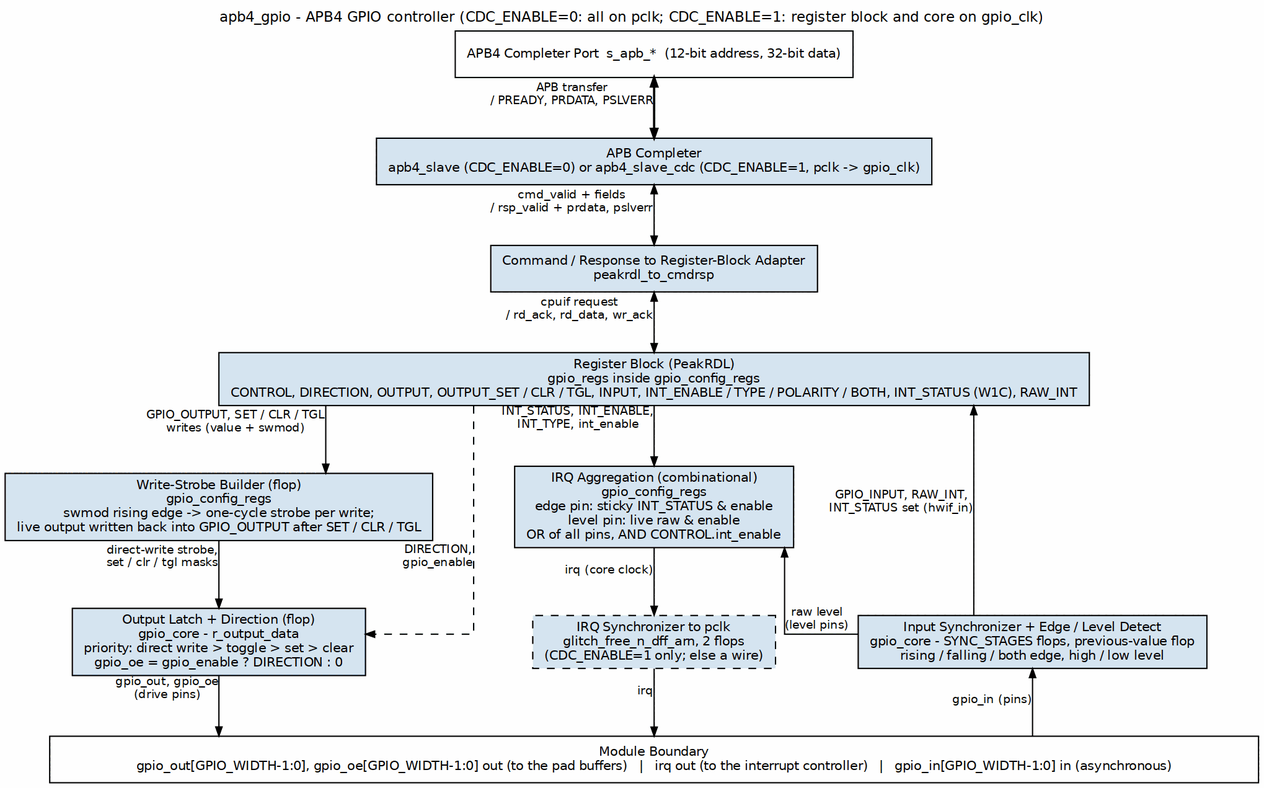
This is projects/components/legacy-ip/retro_legacy_blocks/docs/gpio_mas/assets/graphviz/gpio_whole_unit.png from sean-galloway/RTLDesignSherpa, a Graphviz export, as it was before one commit. Its source is kept beside it as projects/components/legacy-ip/retro_legacy_blocks/docs/gpio_mas/assets/graphviz/gpio_whole_unit.dot. Its diagram source:
```dot
digraph gpio_whole_unit {
    graph [rankdir=TB, bgcolor="white", fontname="Helvetica", fontsize=11,
           nodesep="0.45", ranksep="0.65", splines=ortho, newrank=true,
           label="apb4_gpio - APB4 GPIO controller (CDC_ENABLE=0: all on pclk; CDC_ENABLE=1: register block and core on gpio_clk)",
           labelloc=t, labeljust=c];
    node  [fontname="Helvetica", fontsize=10, shape=box, style=filled,
           fillcolor="#D6E4F0", color="black", margin="0.12,0.06"];
    edge  [fontname="Helvetica", fontsize=9, color="black", arrowsize=0.7];

    apb [group=C, label="APB4 Completer Port  s_apb_*  (12-bit address, 32-bit data)", fillcolor="white"];

    slv [group=C, label="APB Completer\napb4_slave (CDC_ENABLE=0) or apb4_slave_cdc (CDC_ENABLE=1, pclk -> gpio_clk)"];
    adp [group=C, label="Command / Response to Register-Block Adapter\npeakrdl_to_cmdrsp"];
    regs [group=C, label="Register Block (PeakRDL)\ngpio_regs inside gpio_config_regs\nCONTROL, DIRECTION, OUTPUT, OUTPUT_SET / CLR / TGL, INPUT, INT_ENABLE / TYPE / POLARITY / BOTH, INT_STATUS (W1C), RAW_INT",
          width=9.0];

    stb [group=L, label="Write-Strobe Builder (flop)\ngpio_config_regs\nswmod rising edge -> one-cycle strobe per write;\nlive output written back into GPIO_OUTPUT after SET / CLR / TGL"];
    agg [group=M, label="IRQ Aggregation (combinational)\ngpio_config_regs\nedge pin: sticky INT_STATUS & enable\nlevel pin: live raw & enable\nOR of all pins, AND CONTROL.int_enable"];

    lat [group=L, label="Output Latch + Direction (flop)\ngpio_core - r_output_data\npriority: direct write > toggle > set > clear\ngpio_oe = gpio_enable ? DIRECTION : 0"];
    isy [group=M, style="filled,dashed", label="IRQ Synchronizer to pclk\nglitch_free_n_dff_arn, 2 flops\n(CDC_ENABLE=1 only; else a wire)"];
    syn [group=R, label="Input Synchronizer + Edge / Level Detect\ngpio_core - SYNC_STAGES flops, previous-value flop\nrising / falling / both edge, high / low level"];

    bar [group=C, label="Module Boundary\ngpio_out[GPIO_WIDTH-1:0], gpio_oe[GPIO_WIDTH-1:0] out (to the pad buffers)   |   irq out (to the interrupt controller)   |   gpio_in[GPIO_WIDTH-1:0] in (asynchronous)",
         fillcolor="white", width=13.0];

    apb  -> slv  [dir=both, penwidth=1.8, xlabel="APB transfer\n/ PREADY, PRDATA, PSLVERR"];
    slv  -> adp  [dir=both, xlabel="cmd_valid + fields\n/ rsp_valid + prdata, pslverr"];
    adp  -> regs [dir=both, xlabel="cpuif request\n/ rd_ack, rd_data, wr_ack"];

    regs -> stb [xlabel="GPIO_OUTPUT, SET / CLR / TGL\nwrites (value + swmod)"];
    stb  -> lat [xlabel="direct-write strobe,\nset / clr / tgl masks"];
    regs -> lat [style=dashed, constraint=false, xlabel="DIRECTION,\ngpio_enable"];
    lat  -> bar [xlabel="gpio_out, gpio_oe\n(drive pins)"];

    regs -> agg [xlabel="INT_STATUS, INT_ENABLE,\nINT_TYPE, int_enable"];
    agg  -> isy [xlabel="irq (core clock)"];
    isy  -> bar [xlabel="irq"];

    syn  -> bar  [dir=back, xlabel="gpio_in (pins)"];
    regs -> syn  [dir=back, xlabel="GPIO_INPUT, RAW_INT,\nINT_STATUS set (hwif_in)"];
    agg  -> syn  [dir=back, constraint=false, xlabel="raw level\n(level pins)"];

    { rank=same; stb; agg; }
    { rank=same; lat; isy; syn; }
    lat -> isy -> syn [style=invis, minlen=2];
    stb -> agg [style=invis, minlen=2];
}
```
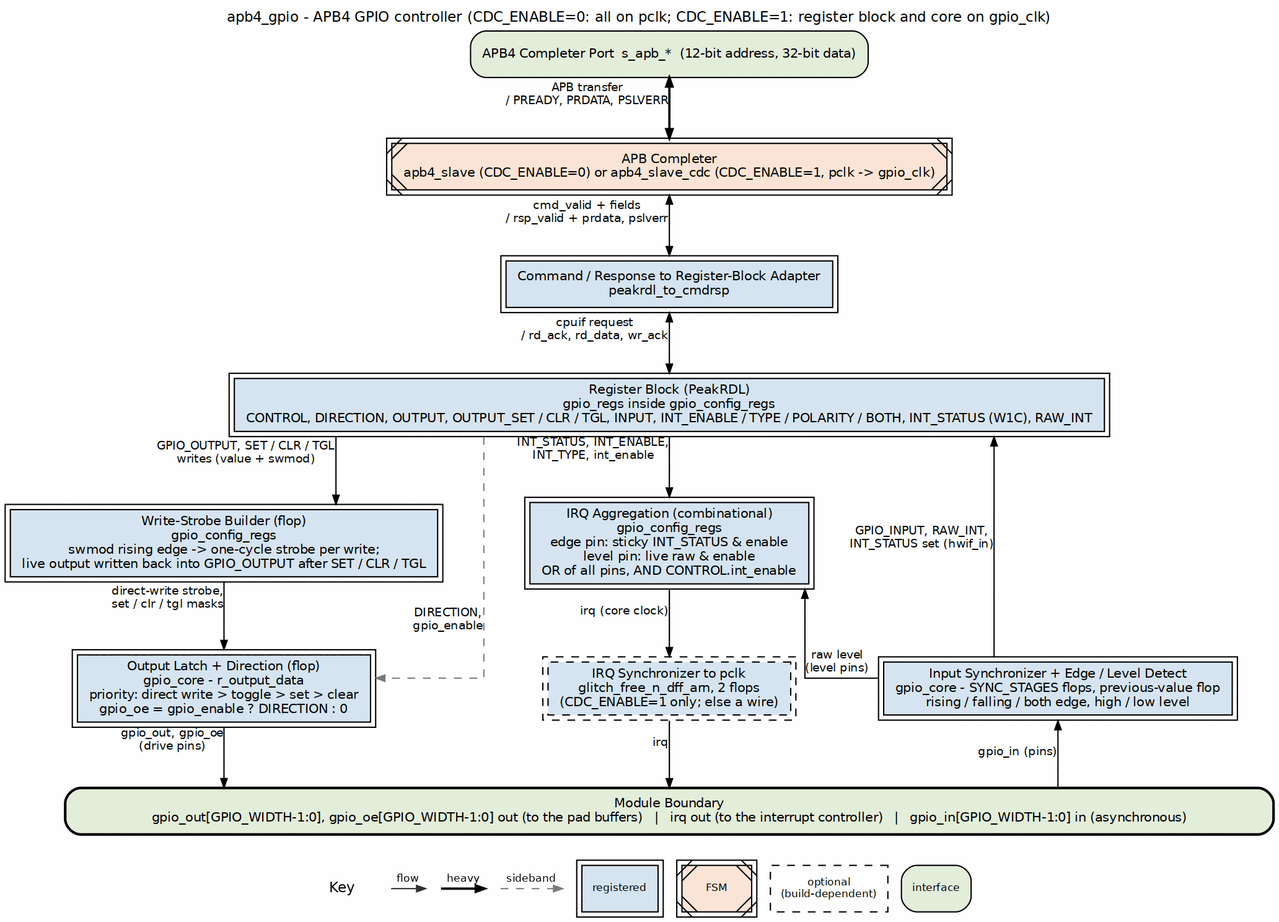
Later version of the same file.

What changed in the source:
```diff
@@ -4,25 +4,25 @@
            label="apb4_gpio - APB4 GPIO controller (CDC_ENABLE=0: all on pclk; CDC_ENABLE=1: register block and core on gpio_clk)",
            labelloc=t, labeljust=c];
     node  [fontname="Helvetica", fontsize=10, shape=box, style=filled,
-           fillcolor="#D6E4F0", color="black", margin="0.12,0.06"];
+           fillcolor="white", color="black", margin="0.12,0.06"];
     edge  [fontname="Helvetica", fontsize=9, color="black", arrowsize=0.7];
 
-    apb [group=C, label="APB4 Completer Port  s_apb_*  (12-bit address, 32-bit data)", fillcolor="white"];
+    apb [group=C, label="APB4 Completer Port  s_apb_*  (12-bit address, 32-bit data)", fillcolor="white", style="rounded,filled", fillcolor="#E2EFDA"];
 
-    slv [group=C, label="APB Completer\napb4_slave (CDC_ENABLE=0) or apb4_slave_cdc (CDC_ENABLE=1, pclk -> gpio_clk)"];
-    adp [group=C, label="Command / Response to Register-Block Adapter\npeakrdl_to_cmdrsp"];
+    slv [group=C, label="APB Completer\napb4_slave (CDC_ENABLE=0) or apb4_slave_cdc (CDC_ENABLE=1, pclk -> gpio_clk)", peripheries=2, style="filled,diagonals", fillcolor="#FCE4D6"];
+    adp [group=C, label="Command / Response to Register-Block Adapter\npeakrdl_to_cmdrsp", peripheries=2, style="filled", fillcolor="#D6E4F0"];
     regs [group=C, label="Register Block (PeakRDL)\ngpio_regs inside gpio_config_regs\nCONTROL, DIRECTION, OUTPUT, OUTPUT_SET / CLR / TGL, INPUT, INT_ENABLE / TYPE / POLARITY / BOTH, INT_STATUS (W1C), RAW_INT",
-          width=9.0];
+          width=9.0, peripheries=2, style="filled", fillcolor="#D6E4F0"];
 
-    stb [group=L, label="Write-Strobe Builder (flop)\ngpio_config_regs\nswmod rising edge -> one-cycle strobe per write;\nlive output written back into GPIO_OUTPUT after SET / CLR / TGL"];
-    agg [group=M, label="IRQ Aggregation (combinational)\ngpio_config_regs\nedge pin: sticky INT_STATUS & enable\nlevel pin: live raw & enable\nOR of all pins, AND CONTROL.int_enable"];
+    stb [group=L, label="Write-Strobe Builder (flop)\ngpio_config_regs\nswmod rising edge -> one-cycle strobe per write;\nlive output written back into GPIO_OUTPUT after SET / CLR / TGL", peripheries=2, style="filled", fillcolor="#D6E4F0"];
+    agg [group=M, label="IRQ Aggregation (combinational)\ngpio_config_regs\nedge pin: sticky INT_STATUS & enable\nlevel pin: live raw & enable\nOR of all pins, AND CONTROL.int_enable", peripheries=2, style="filled", fillcolor="#D6E4F0"];
 
-    lat [group=L, label="Output Latch + Direction (flop)\ngpio_core - r_output_data\npriority: direct write > toggle > set > clear\ngpio_oe = gpio_enable ? DIRECTION : 0"];
-    isy [group=M, style="filled,dashed", label="IRQ Synchronizer to pclk\nglitch_free_n_dff_arn, 2 flops\n(CDC_ENABLE=1 only; else a wire)"];
-    syn [group=R, label="Input Synchronizer + Edge / Level Detect\ngpio_core - SYNC_STAGES flops, previous-value flop\nrising / falling / both edge, high / low level"];
+    lat [group=L, label="Output Latch + Direction (flop)\ngpio_core - r_output_data\npriority: direct write > toggle > set > clear\ngpio_oe = gpio_enable ? DIRECTION : 0", peripheries=2, style="filled", fillcolor="#D6E4F0"];
+    isy [group=M, style="filled,dashed", label="IRQ Synchronizer to pclk\nglitch_free_n_dff_arn, 2 flops\n(CDC_ENABLE=1 only; else a wire)", peripheries=2, style="filled,dashed", fillcolor="#D6E4F0"];
+    syn [group=R, label="Input Synchronizer + Edge / Level Detect\ngpio_core - SYNC_STAGES flops, previous-value flop\nrising / falling / both edge, high / low level", peripheries=2, style="filled", fillcolor="#D6E4F0"];
 
     bar [group=C, label="Module Boundary\ngpio_out[GPIO_WIDTH-1:0], gpio_oe[GPIO_WIDTH-1:0] out (to the pad buffers)   |   irq out (to the interrupt controller)   |   gpio_in[GPIO_WIDTH-1:0] in (asynchronous)",
-         fillcolor="white", width=13.0];
+         fillcolor="white", width=13.0, style="rounded,filled,bold", fillcolor="#E2EFDA"];
 
     apb  -> slv  [dir=both, penwidth=1.8, xlabel="APB transfer\n/ PREADY, PRDATA, PSLVERR"];
     slv  -> adp  [dir=both, xlabel="cmd_valid + fields\n/ rsp_valid + prdata, pslverr"];
@@ -30,7 +30,7 @@
 
     regs -> stb [xlabel="GPIO_OUTPUT, SET / CLR / TGL\nwrites (value + swmod)"];
     stb  -> lat [xlabel="direct-write strobe,\nset / clr / tgl masks"];
-    regs -> lat [style=dashed, constraint=false, xlabel="DIRECTION,\ngpio_enable"];
+    regs -> lat [style=dashed, color="#777777", constraint=false, xlabel="DIRECTION,\ngpio_enable"];
     lat  -> bar [xlabel="gpio_out, gpio_oe\n(drive pins)"];
 
     regs -> agg [xlabel="INT_STATUS, INT_ENABLE,\nINT_TYPE, int_enable"];
```
